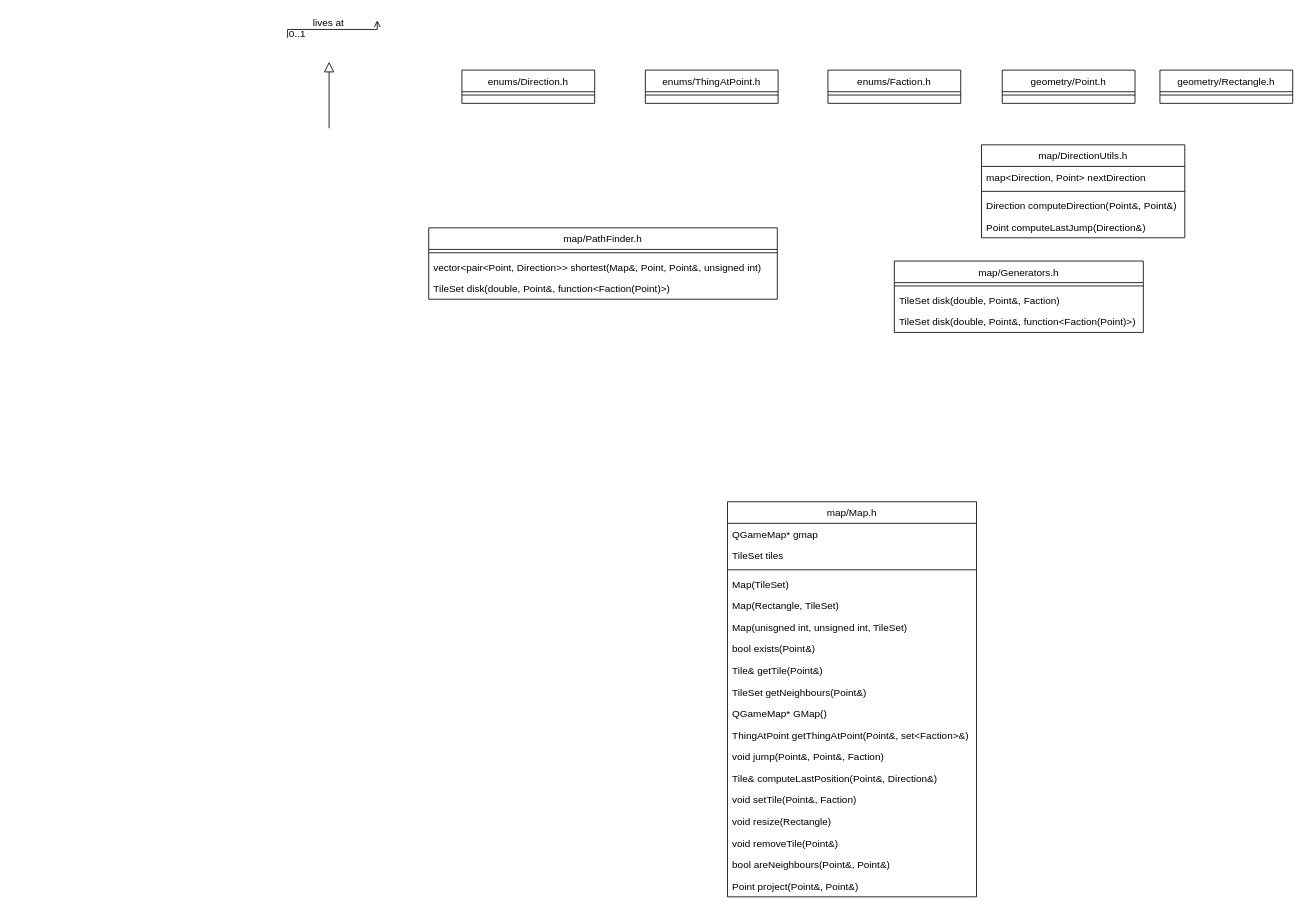
The draw.io diagram schemes/includes.drawio in Xisabla/Illuvatar, before the edit. Source tidied: cells renumbered, new cells numbered last; positions are measured from the earlier drawing's top-left corner, leaving out a move shared by most shapes. Both pictures are drawn from the tidied source at 83%, with x=0, y=0 at pixel (287, 20).
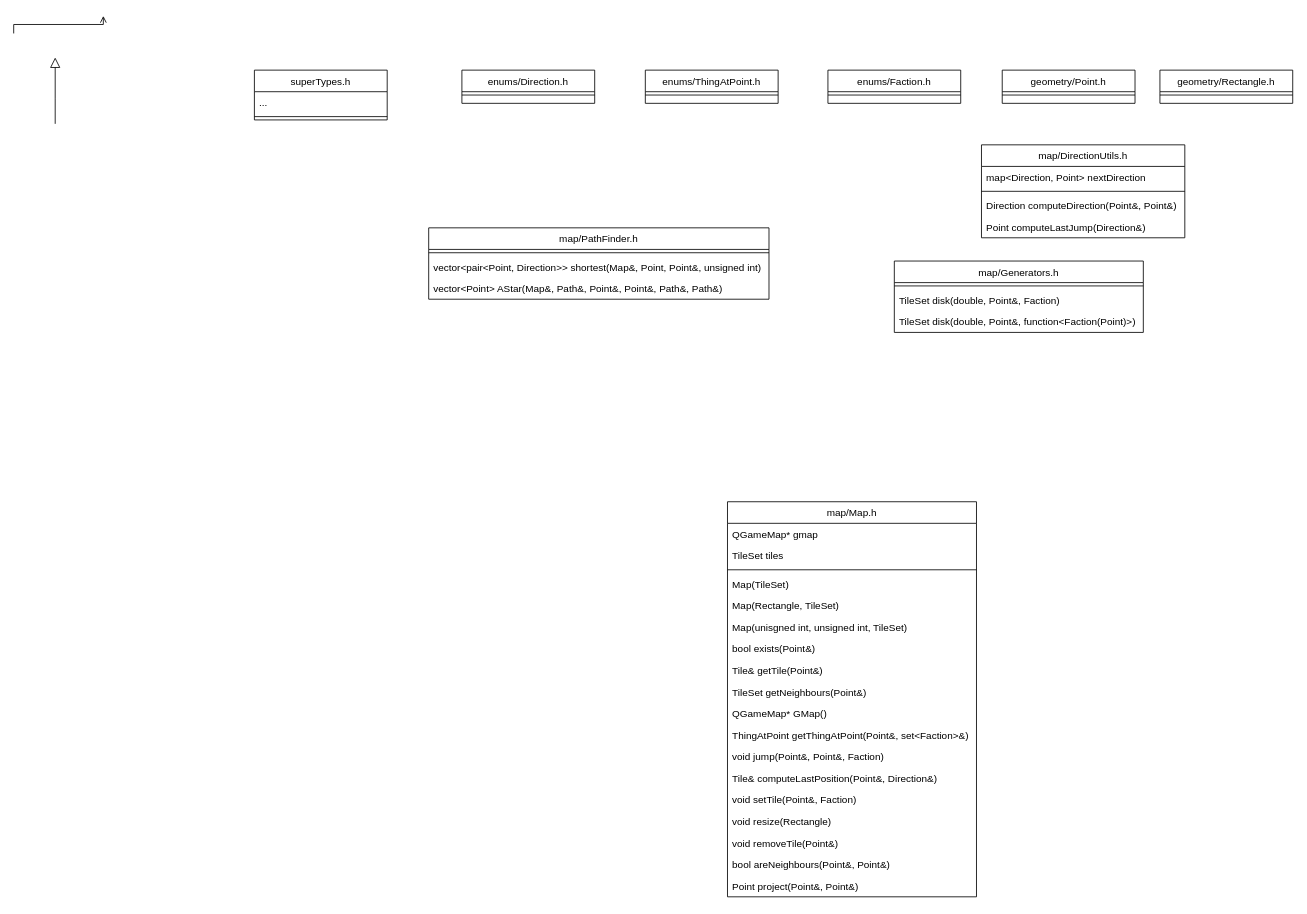
The same diagram, later.

What changed in the source:
```diff
@@
     <mxCell id="2" style="endArrow=block;endSize=10;endFill=0;shadow=0;strokeWidth=1;rounded=0;edgeStyle=elbowEdgeStyle;elbow=vertical;" parent="1" edge="1">
       <mxGeometry relative="1" as="geometry">
-        <mxPoint x="50" y="130" as="sourcePoint" />
-        <mxPoint x="50" y="50" as="targetPoint" />
+        <mxPoint x="-280" y="124.7" as="sourcePoint" />
+        <mxPoint x="-280" y="44.7" as="targetPoint" />
         <Array as="points">
-          <mxPoint x="30" y="99" />
+          <mxPoint x="-300" y="93.7" />
         </Array>
       </mxGeometry>
     </mxCell>
     <mxCell id="3" style="endArrow=open;shadow=0;strokeWidth=1;rounded=0;endFill=1;edgeStyle=elbowEdgeStyle;elbow=vertical;" parent="1" edge="1">
       <mxGeometry x="0.5" y="41" relative="1" as="geometry">
-        <mxPoint y="21.1" as="sourcePoint" />
-        <mxPoint x="108" as="targetPoint" />
+        <mxPoint x="-330" y="15.8" as="sourcePoint" />
+        <mxPoint x="-222" y="-5.3" as="targetPoint" />
         <mxPoint x="-40" y="32" as="offset" />
       </mxGeometry>
     </mxCell>
-    <mxCell id="4" value="0..1" style="align=left;verticalAlign=bottom;labelBackgroundColor=none;fontSize=12;" parent="3" vertex="1">
-      <mxGeometry x="-1" relative="1" as="geometry">
-        <mxPoint y="4" as="offset" />
-      </mxGeometry>
-    </mxCell>
-    <mxCell id="5" value="lives at" style="text;html=1;align=center;verticalAlign=middle;labelBackgroundColor=none;rounded=0;shadow=0;strokeWidth=1;fontSize=12;" parent="3" vertex="1">
-      <mxGeometry x="0.5" y="49" relative="1" as="geometry">
-        <mxPoint x="-38" y="40" as="offset" />
-      </mxGeometry>
-    </mxCell>
@@
     <mxCell id="44" value="map/PathFinder.h" style="swimlane;fontStyle=0;align=center;verticalAlign=top;horizontal=1;startSize=26;rounded=0;shadow=0;strokeWidth=1;" parent="1" vertex="1">
-      <mxGeometry x="170" y="250" width="420" height="86" as="geometry" />
+      <mxGeometry x="170" y="250" width="410" height="86" as="geometry" />
     </mxCell>
     <mxCell id="45" style="line;html=1;strokeWidth=1;align=left;verticalAlign=middle;spacingTop=-1;spacingLeft=3;spacingRight=3;labelPosition=right;" parent="44" vertex="1">
-      <mxGeometry y="26" width="420" height="8" as="geometry" />
+      <mxGeometry y="26" width="410" height="8" as="geometry" />
     </mxCell>
     <mxCell id="46" value="vector&lt;pair&lt;Point, Direction&gt;&gt; shortest(Map&amp;, Point, Point&amp;, unsigned int)" style="text;align=left;verticalAlign=top;spacingLeft=4;spacingRight=4;overflow=hidden;" parent="44" vertex="1">
-      <mxGeometry y="34" width="420" height="26" as="geometry" />
+      <mxGeometry y="34" width="410" height="26" as="geometry" />
     </mxCell>
-    <mxCell id="47" value="TileSet disk(double, Point&amp;, function&lt;Faction(Point)&gt;)" style="text;align=left;verticalAlign=top;spacingLeft=4;spacingRight=4;overflow=hidden;" parent="44" vertex="1">
-      <mxGeometry y="60" width="420" height="26" as="geometry" />
+    <mxCell id="47" value="vector&lt;Point&gt; AStar(Map&amp;, Path&amp;, Point&amp;, Point&amp;, Path&amp;, Path&amp;)" style="text;align=left;verticalAlign=top;spacingLeft=4;spacingRight=4;overflow=hidden;" parent="44" vertex="1">
+      <mxGeometry y="60" width="410" height="26" as="geometry" />
     </mxCell>
+    <mxCell id="48" value="superTypes.h" style="swimlane;fontStyle=0;align=center;verticalAlign=top;horizontal=1;startSize=26;rounded=0;shadow=0;strokeWidth=1;" parent="1" vertex="1">
+      <mxGeometry x="-40" y="60" width="160" height="60" as="geometry" />
+    </mxCell>
+    <mxCell id="49" value="..." style="text;align=left;verticalAlign=top;spacingLeft=4;spacingRight=4;overflow=hidden;" parent="48" vertex="1">
+      <mxGeometry y="26" width="160" height="26" as="geometry" />
+    </mxCell>
+    <mxCell id="50" style="line;html=1;strokeWidth=1;align=left;verticalAlign=middle;spacingTop=-1;spacingLeft=3;spacingRight=3;labelPosition=right;" parent="48" vertex="1">
+      <mxGeometry y="52" width="160" height="8" as="geometry" />
+    </mxCell>
```
